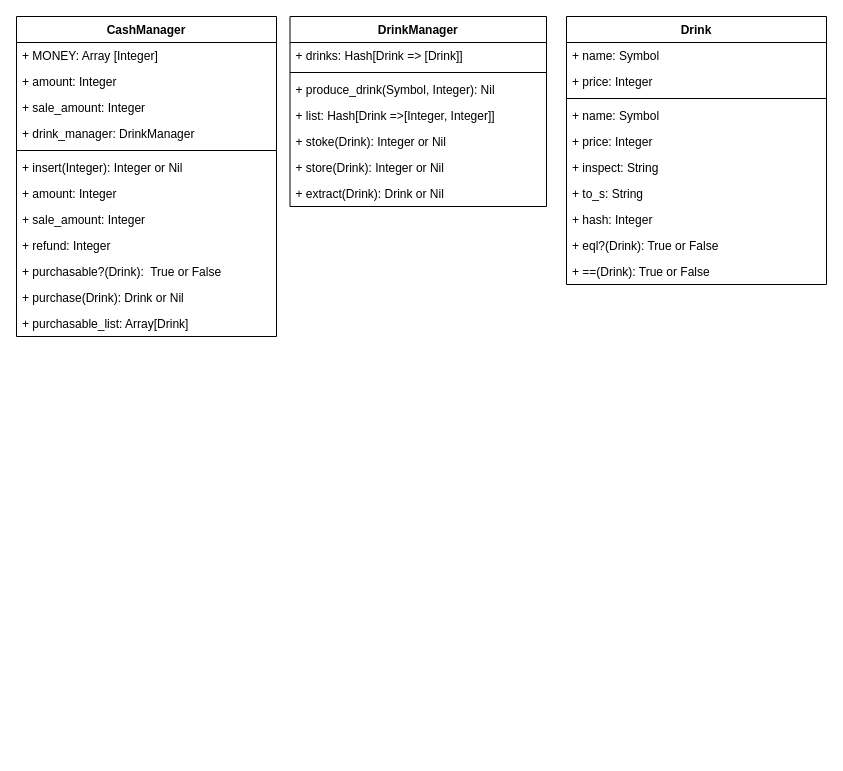
This is images/class.drawio from fumtas1k/tddbc_ft, a draw.io file, before an edit. Source tidied: cells renumbered, new cells numbered last; positions are measured from the earlier drawing's top-left corner, leaving out a move shared by most shapes. Both pictures are drawn from the tidied source at 100%, with x=0, y=0 at pixel (16, 16).
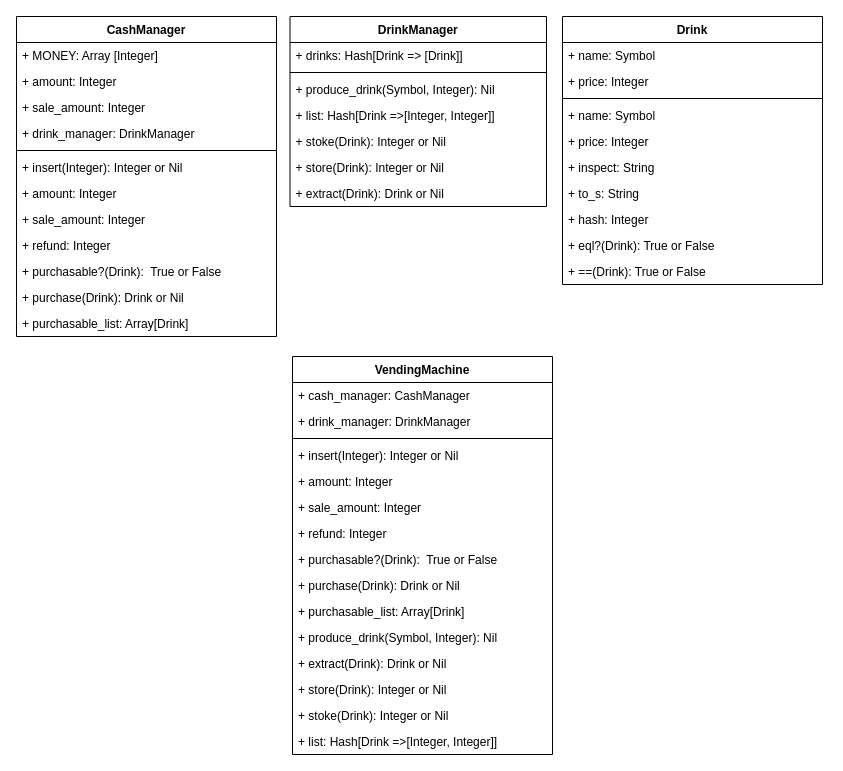
The same page after the edit.

The edit, as a diff of the source:
```diff
@@
     <mxCell id="23" value="Drink" style="swimlane;fontStyle=1;align=center;verticalAlign=top;horizontal=1;startSize=26;" parent="1" vertex="1">
-      <mxGeometry x="550" width="260" height="268" as="geometry" />
+      <mxGeometry x="546" width="260" height="268" as="geometry" />
     </mxCell>
@@
+    <mxCell id="34" value="VendingMachine" style="swimlane;fontStyle=1;align=center;verticalAlign=top;horizontal=1;startSize=26;" parent="1" vertex="1">
+      <mxGeometry x="276" y="340" width="260" height="398" as="geometry" />
+    </mxCell>
+    <mxCell id="35" value="+ cash_manager: CashManager" style="text;strokeColor=none;fillColor=none;align=left;verticalAlign=top;spacingLeft=4;spacingRight=4;overflow=hidden;" parent="34" vertex="1">
+      <mxGeometry y="26" width="260" height="26" as="geometry" />
+    </mxCell>
+    <mxCell id="36" value="+ drink_manager: DrinkManager" style="text;strokeColor=none;fillColor=none;align=left;verticalAlign=top;spacingLeft=4;spacingRight=4;overflow=hidden;" parent="34" vertex="1">
+      <mxGeometry y="52" width="260" height="26" as="geometry" />
+    </mxCell>
+    <mxCell id="37" style="line;strokeWidth=1;fillColor=none;align=left;verticalAlign=middle;spacingTop=-1;spacingLeft=3;spacingRight=3;labelPosition=right;" parent="34" vertex="1">
+      <mxGeometry y="78" width="260" height="8" as="geometry" />
+    </mxCell>
+    <mxCell id="38" value="+ insert(Integer): Integer or Nil" style="text;strokeColor=none;fillColor=none;align=left;verticalAlign=top;spacingLeft=4;spacingRight=4;overflow=hidden;" parent="34" vertex="1">
+      <mxGeometry y="86" width="260" height="26" as="geometry" />
+    </mxCell>
+    <mxCell id="39" value="+ amount: Integer" style="text;strokeColor=none;fillColor=none;align=left;verticalAlign=top;spacingLeft=4;spacingRight=4;overflow=hidden;" parent="34" vertex="1">
+      <mxGeometry y="112" width="260" height="26" as="geometry" />
+    </mxCell>
+    <mxCell id="40" value="+ sale_amount: Integer" style="text;strokeColor=none;fillColor=none;align=left;verticalAlign=top;spacingLeft=4;spacingRight=4;overflow=hidden;" parent="34" vertex="1">
+      <mxGeometry y="138" width="260" height="26" as="geometry" />
+    </mxCell>
+    <mxCell id="41" value="+ refund: Integer" style="text;strokeColor=none;fillColor=none;align=left;verticalAlign=top;spacingLeft=4;spacingRight=4;overflow=hidden;" parent="34" vertex="1">
+      <mxGeometry y="164" width="260" height="26" as="geometry" />
+    </mxCell>
+    <mxCell id="42" value="+ purchasable?(Drink):  True or False" style="text;strokeColor=none;fillColor=none;align=left;verticalAlign=top;spacingLeft=4;spacingRight=4;overflow=hidden;" parent="34" vertex="1">
+      <mxGeometry y="190" width="260" height="26" as="geometry" />
+    </mxCell>
+    <mxCell id="43" value="+ purchase(Drink): Drink or Nil" style="text;strokeColor=none;fillColor=none;align=left;verticalAlign=top;spacingLeft=4;spacingRight=4;overflow=hidden;" parent="34" vertex="1">
+      <mxGeometry y="216" width="260" height="26" as="geometry" />
+    </mxCell>
+    <mxCell id="44" value="+ purchasable_list: Array[Drink]" style="text;strokeColor=none;fillColor=none;align=left;verticalAlign=top;spacingLeft=4;spacingRight=4;overflow=hidden;" parent="34" vertex="1">
+      <mxGeometry y="242" width="260" height="26" as="geometry" />
+    </mxCell>
+    <mxCell id="45" value="+ produce_drink(Symbol, Integer): Nil" style="text;strokeColor=none;fillColor=none;align=left;verticalAlign=top;spacingLeft=4;spacingRight=4;overflow=hidden;" parent="34" vertex="1">
+      <mxGeometry y="268" width="260" height="26" as="geometry" />
+    </mxCell>
+    <mxCell id="46" value="+ extract(Drink): Drink or Nil" style="text;strokeColor=none;fillColor=none;align=left;verticalAlign=top;spacingLeft=4;spacingRight=4;overflow=hidden;" parent="34" vertex="1">
+      <mxGeometry y="294" width="260" height="26" as="geometry" />
+    </mxCell>
+    <mxCell id="47" value="+ store(Drink): Integer or Nil" style="text;strokeColor=none;fillColor=none;align=left;verticalAlign=top;spacingLeft=4;spacingRight=4;overflow=hidden;" parent="34" vertex="1">
+      <mxGeometry y="320" width="260" height="26" as="geometry" />
+    </mxCell>
+    <mxCell id="48" value="+ stoke(Drink): Integer or Nil" style="text;strokeColor=none;fillColor=none;align=left;verticalAlign=top;spacingLeft=4;spacingRight=4;overflow=hidden;" parent="34" vertex="1">
+      <mxGeometry y="346" width="260" height="26" as="geometry" />
+    </mxCell>
+    <mxCell id="49" value="+ list: Hash[Drink =&gt;[Integer, Integer]]" style="text;strokeColor=none;fillColor=none;align=left;verticalAlign=top;spacingLeft=4;spacingRight=4;overflow=hidden;" parent="34" vertex="1">
+      <mxGeometry y="372" width="260" height="26" as="geometry" />
+    </mxCell>
```
